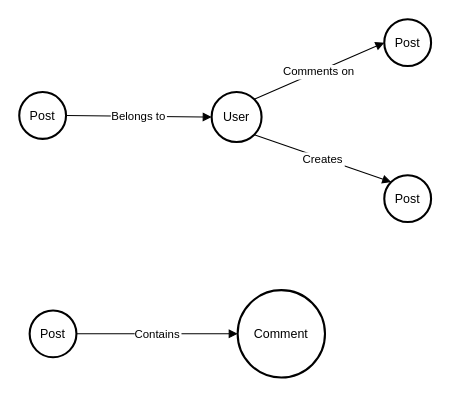
Above: dfd0.drawio in BultiIsAlive/campus_connect (draw.io), before the change. Source tidied: cells renumbered, new cells numbered last; positions are measured from the earlier drawing's top-left corner, leaving out a move shared by most shapes. Both pictures are drawn from the tidied source at 104%, with x=0, y=0 at pixel (19, 19).
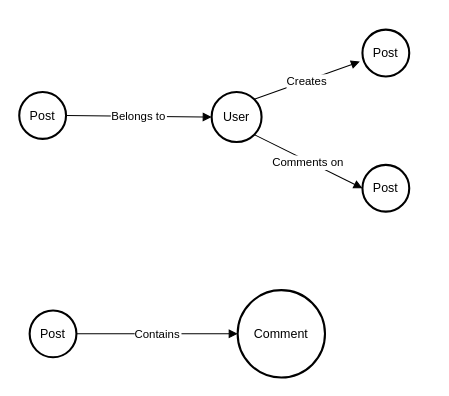
The same diagram, later.

The edit, as a diff of the source:
```diff
@@
 <mxGraphModel>
   <root>
     <mxCell id="0" />
     <mxCell id="1" parent="0" />
     <mxCell id="2" value="User" style="ellipse;strokeWidth=2;whiteSpace=wrap;" parent="1" vertex="1">
       <mxGeometry x="185" y="70" width="48" height="48" as="geometry" />
     </mxCell>
     <mxCell id="3" value="Post" style="ellipse;strokeWidth=2;whiteSpace=wrap;" parent="1" vertex="1">
-      <mxGeometry x="351" y="150" width="45" height="45" as="geometry" />
+      <mxGeometry x="330" y="10" width="45" height="45" as="geometry" />
     </mxCell>
     <mxCell id="4" value="Post" style="ellipse;strokeWidth=2;whiteSpace=wrap;" parent="1" vertex="1">
-      <mxGeometry x="351" width="45" height="45" as="geometry" />
+      <mxGeometry x="330" y="140" width="45" height="45" as="geometry" />
     </mxCell>
     <mxCell id="5" value="Post" style="ellipse;strokeWidth=2;whiteSpace=wrap;" parent="1" vertex="1">
       <mxGeometry x="10" y="280" width="45" height="45" as="geometry" />
     </mxCell>
     <mxCell id="6" value="Comment" style="ellipse;strokeWidth=2;whiteSpace=wrap;" parent="1" vertex="1">
       <mxGeometry x="210" y="260.5" width="84" height="84" as="geometry" />
     </mxCell>
     <mxCell id="7" value="Post" style="ellipse;strokeWidth=2;whiteSpace=wrap;" parent="1" vertex="1">
       <mxGeometry y="70" width="45" height="45" as="geometry" />
     </mxCell>
-    <mxCell id="8" value="Creates" style="curved=1;startArrow=none;endArrow=block;exitX=1;exitY=1;entryX=0;entryY=0;rounded=0;exitDx=0;exitDy=0;entryDx=0;entryDy=0;" parent="1" edge="1" source="2" target="3">
+    <mxCell id="8" value="Creates" style="curved=1;startArrow=none;endArrow=block;entryX=-0.056;entryY=0.683;rounded=0;entryDx=0;entryDy=0;exitX=1;exitY=0;exitDx=0;exitDy=0;entryPerimeter=0;" parent="1" edge="1" source="2" target="3">
       <mxGeometry relative="1" as="geometry" />
     </mxCell>
-    <mxCell id="9" value="Comments on" style="curved=1;startArrow=none;endArrow=block;exitX=1;exitY=0;entryX=0;entryY=0.5;rounded=0;entryDx=0;entryDy=0;exitDx=0;exitDy=0;" parent="1" edge="1" source="2" target="4">
+    <mxCell id="9" value="Comments on" style="curved=1;startArrow=none;endArrow=block;exitX=1;exitY=1;entryX=0;entryY=0.5;rounded=0;entryDx=0;entryDy=0;exitDx=0;exitDy=0;" parent="1" edge="1" source="2" target="4">
       <mxGeometry relative="1" as="geometry" />
     </mxCell>
     <mxCell id="10" value="Contains" style="curved=1;startArrow=none;endArrow=block;exitX=1;exitY=0.5;entryX=0;entryY=0.5;rounded=0;exitDx=0;exitDy=0;entryDx=0;entryDy=0;" parent="1" edge="1" source="5" target="6">
       <mxGeometry relative="1" as="geometry" />
     </mxCell>
     <mxCell id="11" value="Belongs to" style="curved=1;startArrow=none;endArrow=block;exitX=1;exitY=0.5;entryX=0;entryY=0.5;rounded=0;exitDx=0;exitDy=0;entryDx=0;entryDy=0;" parent="1" edge="1" source="7" target="2">
       <mxGeometry relative="1" as="geometry" />
     </mxCell>
   </root>
 </mxGraphModel>
```
